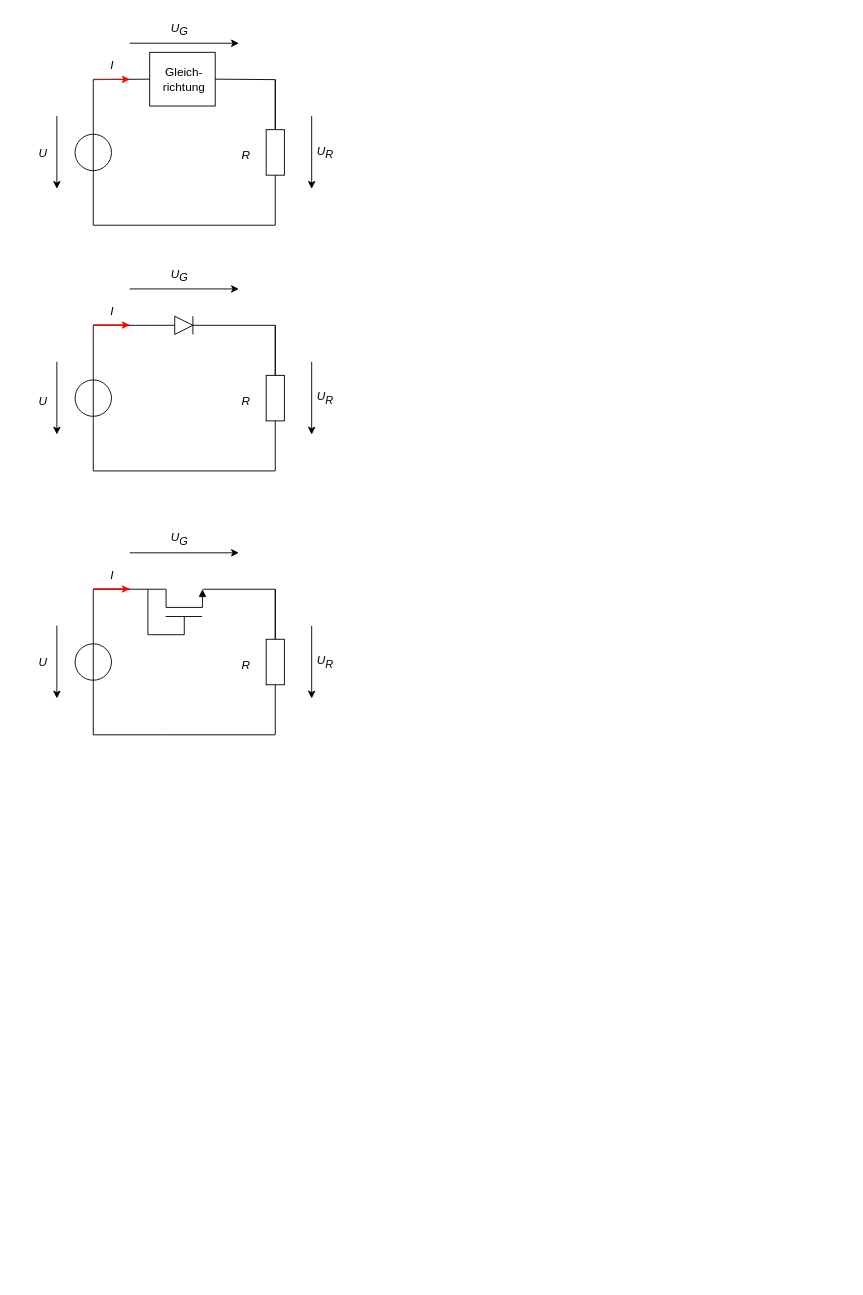
This is forschungspraktikum.drawio from reinlten/TPA_Kolb, a draw.io file, before an edit. Source tidied: cells renumbered, new cells numbered last; positions are measured from the earlier drawing's top-left corner, leaving out a move shared by most shapes. Both pictures are drawn from the tidied source at 91%, with x=0, y=0 at pixel (15, 15).
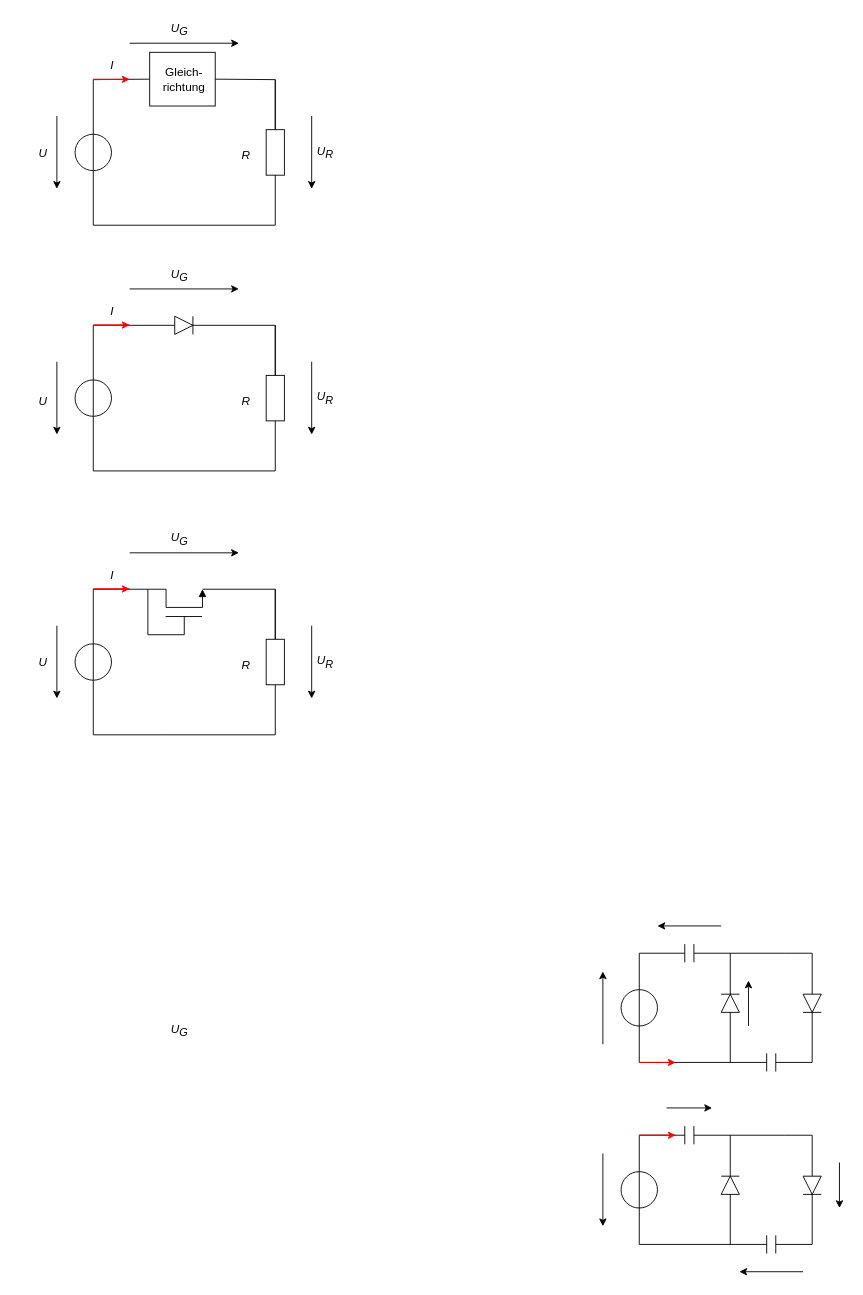
The same diagram, later.

Diff of the diagram source:
```diff
@@
+    <mxCell id="63" style="endArrow=none;html=1;rounded=0;fontSize=13;" parent="1" edge="1" source="65">
+      <mxGeometry relative="1" as="geometry">
+        <mxPoint x="735" y="1230" as="targetPoint" />
+        <Array as="points">
+          <mxPoint x="685" y="1230" />
+        </Array>
+      </mxGeometry>
+    </mxCell>
+    <mxCell id="64" style="endArrow=none;html=1;rounded=0;fontSize=13;" parent="1" edge="1" target="65">
+      <mxGeometry relative="1" as="geometry">
+        <mxPoint x="825" y="1350" as="sourcePoint" />
+        <Array as="points">
+          <mxPoint x="685" y="1350" />
+        </Array>
+      </mxGeometry>
+    </mxCell>
+    <mxCell id="65" style="ellipse;whiteSpace=wrap;html=1;fontSize=13;" parent="1" vertex="1">
+      <mxGeometry x="665" y="1270" width="40" height="40" as="geometry" />
+    </mxCell>
+    <mxCell id="66" style="endArrow=none;html=1;rounded=0;exitX=0.5;exitY=1;exitDx=0;exitDy=0;entryX=0.5;entryY=0;entryDx=0;entryDy=0;fontSize=13;" parent="1" edge="1" source="65" target="65">
+      <mxGeometry relative="1" as="geometry" />
+    </mxCell>
+    <mxCell id="67" style="endArrow=classic;html=1;rounded=0;fontSize=13;" parent="1" edge="1">
+      <mxGeometry relative="1" as="geometry">
+        <mxPoint x="645" y="1250" as="sourcePoint" />
+        <mxPoint x="645" y="1330" as="targetPoint" />
+      </mxGeometry>
+    </mxCell>
+    <mxCell id="68" style="endArrow=classic;html=1;rounded=0;fontSize=13;" parent="1" edge="1">
+      <mxGeometry relative="1" as="geometry">
+        <mxPoint x="715" y="1200" as="sourcePoint" />
+        <mxPoint x="765" y="1200" as="targetPoint" />
+      </mxGeometry>
+    </mxCell>
+    <mxCell id="69" style="endArrow=classic;html=1;rounded=0;strokeColor=#ff0000;fontSize=13;" parent="1" edge="1">
+      <mxGeometry relative="1" as="geometry">
+        <mxPoint x="725" y="1230" as="sourcePoint" />
+        <mxPoint x="725" y="1230" as="targetPoint" />
+        <Array as="points">
+          <mxPoint x="685" y="1230" />
+        </Array>
+      </mxGeometry>
+    </mxCell>
+    <mxCell id="70" value="&lt;i style=&quot;&quot;&gt;U&lt;sub style=&quot;&quot;&gt;&lt;font style=&quot;font-size: 12px;&quot;&gt;G&lt;/font&gt;&lt;/sub&gt;&lt;/i&gt;" style="text;strokeColor=none;align=center;fillColor=none;html=1;verticalAlign=middle;whiteSpace=wrap;rounded=0;fontSize=13;" parent="1" vertex="1">
+      <mxGeometry x="150" y="1100" width="60" height="30" as="geometry" />
+    </mxCell>
+    <mxCell id="71" style="endArrow=none;html=1;rounded=0;" parent="1" edge="1">
+      <mxGeometry relative="1" as="geometry">
+        <mxPoint x="745.1" y="1240" as="sourcePoint" />
+        <mxPoint x="745" y="1220" as="targetPoint" />
+      </mxGeometry>
+    </mxCell>
+    <mxCell id="72" style="endArrow=none;html=1;rounded=0;" parent="1" edge="1">
+      <mxGeometry relative="1" as="geometry">
+        <mxPoint x="825" y="1360" as="sourcePoint" />
+        <mxPoint x="825" y="1340" as="targetPoint" />
+      </mxGeometry>
+    </mxCell>
+    <mxCell id="73" style="endArrow=none;html=1;rounded=0;" parent="1" edge="1">
+      <mxGeometry relative="1" as="geometry">
+        <mxPoint x="835" y="1360" as="sourcePoint" />
+        <mxPoint x="835" y="1340" as="targetPoint" />
+      </mxGeometry>
+    </mxCell>
+    <mxCell id="74" style="triangle;whiteSpace=wrap;html=1;rotation=-90;" parent="1" vertex="1">
+      <mxGeometry x="775" y="1275" width="20" height="20" as="geometry" />
+    </mxCell>
+    <mxCell id="75" style="endArrow=none;html=1;rounded=0;" parent="1" edge="1">
+      <mxGeometry relative="1" as="geometry">
+        <mxPoint x="775" y="1275" as="sourcePoint" />
+        <mxPoint x="795" y="1275" as="targetPoint" />
+      </mxGeometry>
+    </mxCell>
+    <mxCell id="76" style="endArrow=none;html=1;rounded=0;entryX=0;entryY=0.5;entryDx=0;entryDy=0;" parent="1" edge="1" target="74">
+      <mxGeometry relative="1" as="geometry">
+        <mxPoint x="785" y="1350" as="sourcePoint" />
+      </mxGeometry>
+    </mxCell>
+    <mxCell id="77" style="endArrow=none;html=1;rounded=0;" parent="1" edge="1">
+      <mxGeometry relative="1" as="geometry">
+        <mxPoint x="845" y="1230" as="sourcePoint" />
+        <mxPoint x="745" y="1230" as="targetPoint" />
+      </mxGeometry>
+    </mxCell>
+    <mxCell id="78" style="endArrow=none;html=1;rounded=0;exitX=1;exitY=0.5;exitDx=0;exitDy=0;" parent="1" edge="1" source="74">
+      <mxGeometry relative="1" as="geometry">
+        <mxPoint x="785" y="1230" as="targetPoint" />
+      </mxGeometry>
+    </mxCell>
+    <mxCell id="79" style="endArrow=none;html=1;rounded=0;" parent="1" edge="1">
+      <mxGeometry relative="1" as="geometry">
+        <mxPoint x="735" y="1240" as="sourcePoint" />
+        <mxPoint x="735" y="1220" as="targetPoint" />
+      </mxGeometry>
+    </mxCell>
+    <mxCell id="80" style="triangle;whiteSpace=wrap;html=1;rotation=90;" parent="1" vertex="1">
+      <mxGeometry x="865" y="1275" width="20" height="20" as="geometry" />
+    </mxCell>
+    <mxCell id="81" style="endArrow=none;html=1;rounded=0;" parent="1" edge="1">
+      <mxGeometry relative="1" as="geometry">
+        <mxPoint x="865" y="1295" as="sourcePoint" />
+        <mxPoint x="885" y="1295" as="targetPoint" />
+      </mxGeometry>
+    </mxCell>
+    <mxCell id="82" style="endArrow=none;html=1;rounded=0;exitX=0;exitY=0.5;exitDx=0;exitDy=0;" parent="1" edge="1" source="80">
+      <mxGeometry relative="1" as="geometry">
+        <mxPoint x="845" y="1230" as="targetPoint" />
+        <Array as="points">
+          <mxPoint x="875" y="1230" />
+        </Array>
+      </mxGeometry>
+    </mxCell>
+    <mxCell id="83" style="endArrow=none;html=1;rounded=0;entryX=1;entryY=0.5;entryDx=0;entryDy=0;" parent="1" edge="1" target="80">
+      <mxGeometry relative="1" as="geometry">
+        <mxPoint x="835" y="1350" as="sourcePoint" />
+        <Array as="points">
+          <mxPoint x="875" y="1350" />
+        </Array>
+      </mxGeometry>
+    </mxCell>
+    <mxCell id="84" style="endArrow=classic;html=1;rounded=0;fontSize=13;" parent="1" edge="1">
+      <mxGeometry relative="1" as="geometry">
+        <mxPoint x="905" y="1260" as="sourcePoint" />
+        <mxPoint x="905" y="1310" as="targetPoint" />
+      </mxGeometry>
+    </mxCell>
+    <mxCell id="85" style="endArrow=classic;html=1;rounded=0;fontSize=13;" parent="1" edge="1">
+      <mxGeometry relative="1" as="geometry">
+        <mxPoint x="865" y="1380" as="sourcePoint" />
+        <mxPoint x="795" y="1380" as="targetPoint" />
+      </mxGeometry>
+    </mxCell>
+    <mxCell id="86" style="endArrow=none;html=1;rounded=0;fontSize=13;" parent="1" edge="1" source="88">
+      <mxGeometry relative="1" as="geometry">
+        <mxPoint x="735" y="1030" as="targetPoint" />
+        <Array as="points">
+          <mxPoint x="685" y="1030" />
+        </Array>
+      </mxGeometry>
+    </mxCell>
+    <mxCell id="87" style="endArrow=none;html=1;rounded=0;fontSize=13;" parent="1" edge="1" target="88">
+      <mxGeometry relative="1" as="geometry">
+        <mxPoint x="825" y="1150" as="sourcePoint" />
+        <Array as="points">
+          <mxPoint x="685" y="1150" />
+        </Array>
+      </mxGeometry>
+    </mxCell>
+    <mxCell id="88" style="ellipse;whiteSpace=wrap;html=1;fontSize=13;" parent="1" vertex="1">
+      <mxGeometry x="665" y="1070" width="40" height="40" as="geometry" />
+    </mxCell>
+    <mxCell id="89" style="endArrow=none;html=1;rounded=0;exitX=0.5;exitY=1;exitDx=0;exitDy=0;entryX=0.5;entryY=0;entryDx=0;entryDy=0;fontSize=13;" parent="1" edge="1" source="88" target="88">
+      <mxGeometry relative="1" as="geometry" />
+    </mxCell>
+    <mxCell id="90" style="endArrow=none;html=1;rounded=0;fontSize=13;startArrow=classic;startFill=1;endFill=0;" parent="1" edge="1">
+      <mxGeometry relative="1" as="geometry">
+        <mxPoint x="645" y="1050" as="sourcePoint" />
+        <mxPoint x="645" y="1130" as="targetPoint" />
+      </mxGeometry>
+    </mxCell>
+    <mxCell id="91" style="endArrow=none;html=1;rounded=0;" parent="1" edge="1">
+      <mxGeometry relative="1" as="geometry">
+        <mxPoint x="745.1" y="1040" as="sourcePoint" />
+        <mxPoint x="745" y="1020" as="targetPoint" />
+      </mxGeometry>
+    </mxCell>
+    <mxCell id="92" style="endArrow=none;html=1;rounded=0;" parent="1" edge="1">
+      <mxGeometry relative="1" as="geometry">
+        <mxPoint x="825" y="1160" as="sourcePoint" />
+        <mxPoint x="825" y="1140" as="targetPoint" />
+      </mxGeometry>
+    </mxCell>
+    <mxCell id="93" style="endArrow=none;html=1;rounded=0;" parent="1" edge="1">
+      <mxGeometry relative="1" as="geometry">
+        <mxPoint x="835" y="1160" as="sourcePoint" />
+        <mxPoint x="835" y="1140" as="targetPoint" />
+      </mxGeometry>
+    </mxCell>
+    <mxCell id="94" style="triangle;whiteSpace=wrap;html=1;rotation=-90;" parent="1" vertex="1">
+      <mxGeometry x="775" y="1075" width="20" height="20" as="geometry" />
+    </mxCell>
+    <mxCell id="95" style="endArrow=none;html=1;rounded=0;" parent="1" edge="1">
+      <mxGeometry relative="1" as="geometry">
+        <mxPoint x="775" y="1075" as="sourcePoint" />
+        <mxPoint x="795" y="1075" as="targetPoint" />
+      </mxGeometry>
+    </mxCell>
+    <mxCell id="96" style="endArrow=none;html=1;rounded=0;entryX=0;entryY=0.5;entryDx=0;entryDy=0;" parent="1" edge="1" target="94">
+      <mxGeometry relative="1" as="geometry">
+        <mxPoint x="785" y="1150" as="sourcePoint" />
+      </mxGeometry>
+    </mxCell>
+    <mxCell id="97" style="endArrow=none;html=1;rounded=0;" parent="1" edge="1">
+      <mxGeometry relative="1" as="geometry">
+        <mxPoint x="845" y="1030" as="sourcePoint" />
+        <mxPoint x="745" y="1030" as="targetPoint" />
+      </mxGeometry>
+    </mxCell>
+    <mxCell id="98" style="endArrow=none;html=1;rounded=0;exitX=1;exitY=0.5;exitDx=0;exitDy=0;" parent="1" edge="1" source="94">
+      <mxGeometry relative="1" as="geometry">
+        <mxPoint x="785" y="1030" as="targetPoint" />
+      </mxGeometry>
+    </mxCell>
+    <mxCell id="99" style="endArrow=none;html=1;rounded=0;" parent="1" edge="1">
+      <mxGeometry relative="1" as="geometry">
+        <mxPoint x="735" y="1040" as="sourcePoint" />
+        <mxPoint x="735" y="1020" as="targetPoint" />
+      </mxGeometry>
+    </mxCell>
+    <mxCell id="100" style="triangle;whiteSpace=wrap;html=1;rotation=90;" parent="1" vertex="1">
+      <mxGeometry x="865" y="1075" width="20" height="20" as="geometry" />
+    </mxCell>
+    <mxCell id="101" style="endArrow=none;html=1;rounded=0;" parent="1" edge="1">
+      <mxGeometry relative="1" as="geometry">
+        <mxPoint x="865" y="1095" as="sourcePoint" />
+        <mxPoint x="885" y="1095" as="targetPoint" />
+      </mxGeometry>
+    </mxCell>
+    <mxCell id="102" style="endArrow=none;html=1;rounded=0;exitX=0;exitY=0.5;exitDx=0;exitDy=0;" parent="1" edge="1" source="100">
+      <mxGeometry relative="1" as="geometry">
+        <mxPoint x="845" y="1030" as="targetPoint" />
+        <Array as="points">
+          <mxPoint x="875" y="1030" />
+        </Array>
+      </mxGeometry>
+    </mxCell>
+    <mxCell id="103" style="endArrow=none;html=1;rounded=0;entryX=1;entryY=0.5;entryDx=0;entryDy=0;" parent="1" edge="1" target="100">
+      <mxGeometry relative="1" as="geometry">
+        <mxPoint x="835" y="1150" as="sourcePoint" />
+        <Array as="points">
+          <mxPoint x="875" y="1150" />
+        </Array>
+      </mxGeometry>
+    </mxCell>
+    <mxCell id="104" style="endArrow=none;html=1;rounded=0;strokeColor=#ff0000;fontSize=13;startArrow=classic;startFill=1;endFill=0;" parent="1" edge="1">
+      <mxGeometry relative="1" as="geometry">
+        <mxPoint x="725" y="1150" as="sourcePoint" />
+        <mxPoint x="685" y="1150" as="targetPoint" />
+        <Array as="points">
+          <mxPoint x="725" y="1150" />
+        </Array>
+      </mxGeometry>
+    </mxCell>
+    <mxCell id="105" style="endArrow=classic;html=1;rounded=0;fontSize=13;" parent="1" edge="1">
+      <mxGeometry relative="1" as="geometry">
+        <mxPoint x="805" y="1110" as="sourcePoint" />
+        <mxPoint x="805" y="1060" as="targetPoint" />
+      </mxGeometry>
+    </mxCell>
+    <mxCell id="106" style="endArrow=classic;html=1;rounded=0;fontSize=13;" parent="1" edge="1">
+      <mxGeometry relative="1" as="geometry">
+        <mxPoint x="775" y="1000" as="sourcePoint" />
+        <mxPoint x="705" y="1000" as="targetPoint" />
+      </mxGeometry>
+    </mxCell>
```
